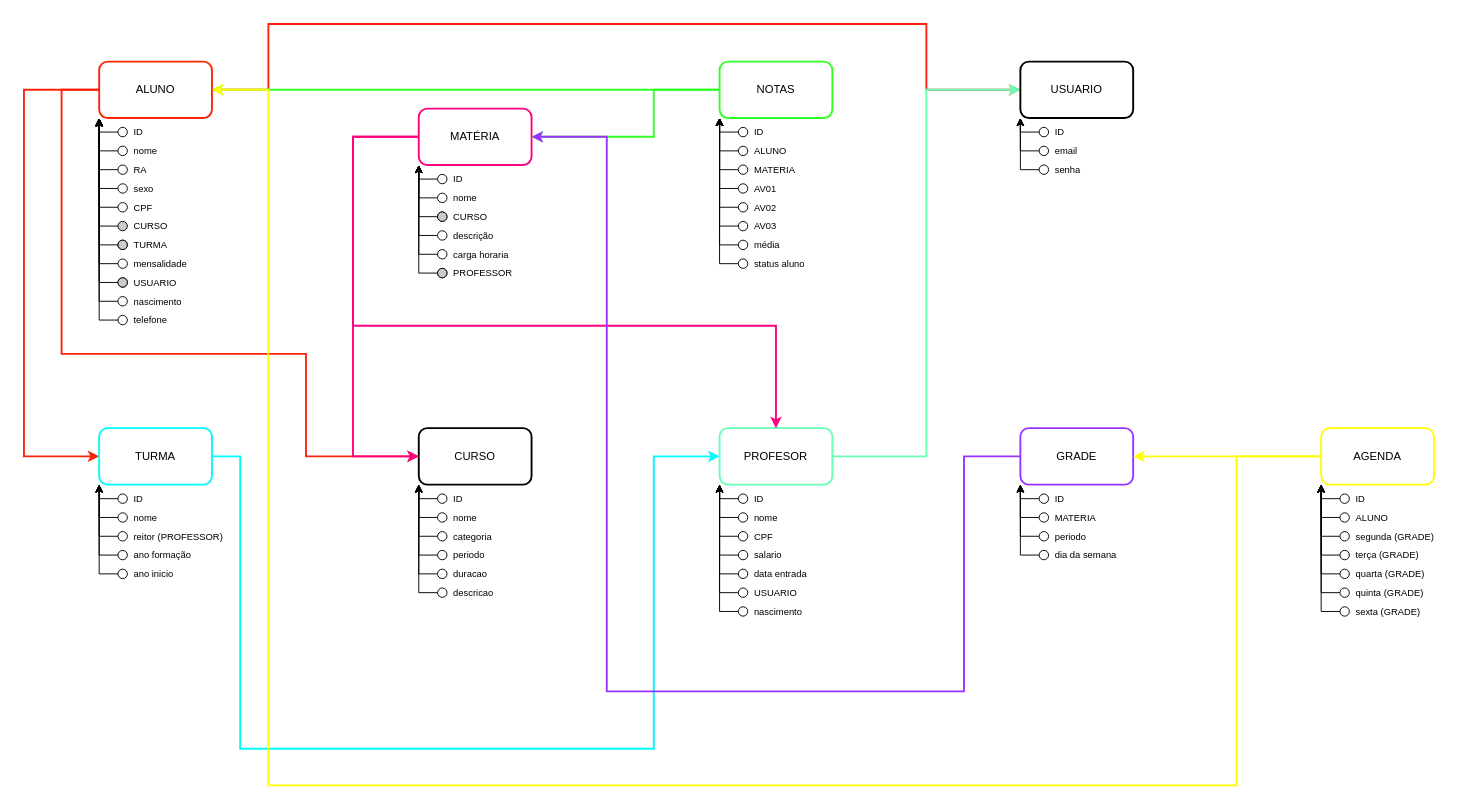
The draw.io diagram diagrama.drawio in joao-montanari/SIAportal, before the edit. Source tidied: cells renumbered, new cells numbered last; positions are measured from the earlier drawing's top-left corner, leaving out a move shared by most shapes. Both pictures are drawn from the tidied source at 94%, with x=0, y=0 at pixel (24, 24).
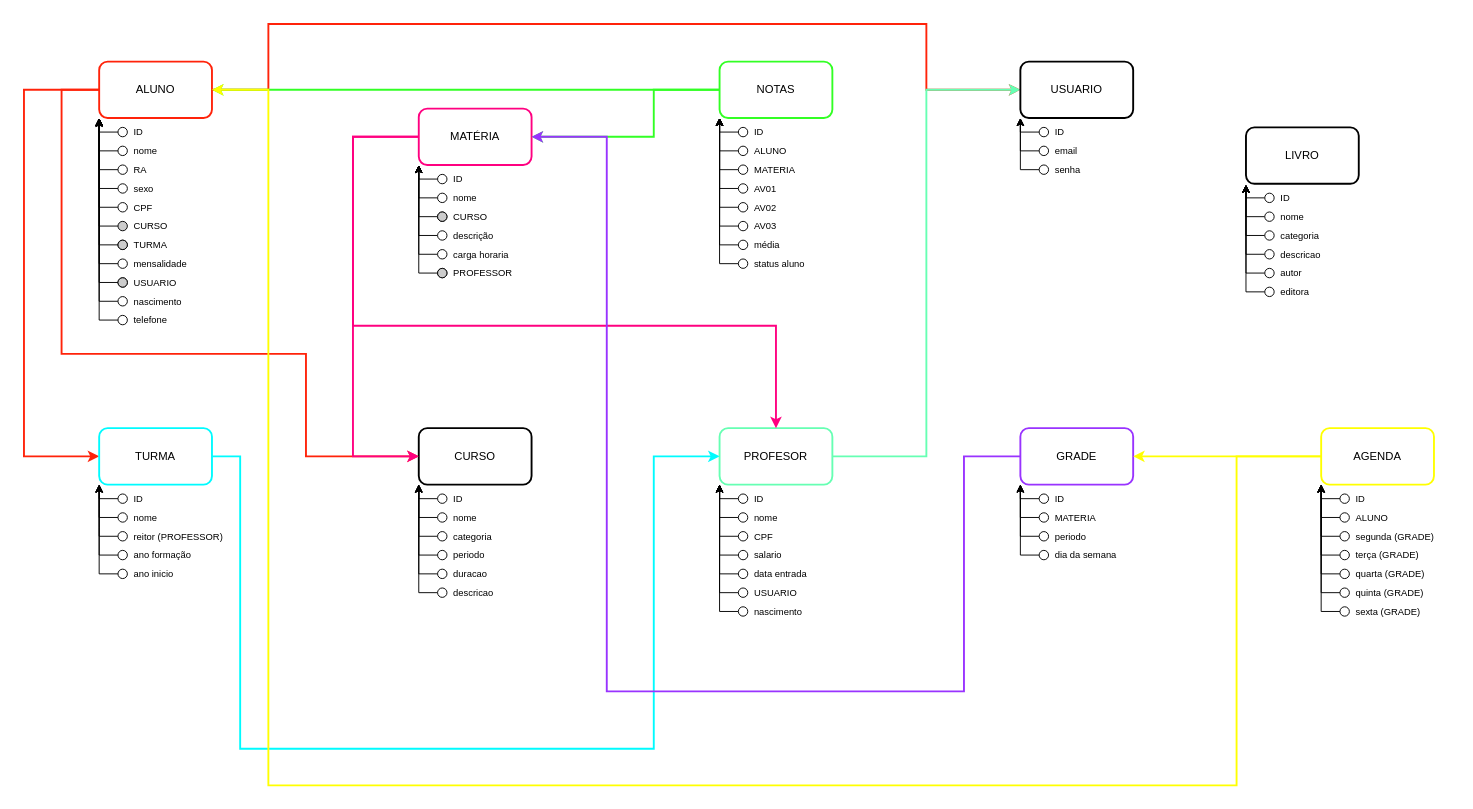
The same page after the edit.

Change to the diagram source:
```diff
@@
+    <mxCell id="198" value="LIVRO" style="rounded=1;whiteSpace=wrap;html=1;strokeWidth=2;" parent="1" vertex="1">
+      <mxGeometry x="1300" y="110" width="120" height="60" as="geometry" />
+    </mxCell>
+    <mxCell id="199" style="edgeStyle=orthogonalEdgeStyle;rounded=0;jettySize=auto;html=1;exitX=0;exitY=0.5;exitDx=0;exitDy=0;" parent="1" edge="1" source="200">
+      <mxGeometry relative="1" as="geometry">
+        <mxPoint x="1300" y="171" as="targetPoint" />
+      </mxGeometry>
+    </mxCell>
+    <mxCell id="200" style="ellipse;whiteSpace=wrap;html=1;" parent="1" vertex="1">
+      <mxGeometry x="1320" y="180" width="10" height="10" as="geometry" />
+    </mxCell>
+    <mxCell id="201" value="ID" style="text;html=1;align=left;verticalAlign=middle;strokeColor=none;fillColor=none;fontSize=10;" parent="1" vertex="1">
+      <mxGeometry x="1335" y="170" width="30" height="30" as="geometry" />
+    </mxCell>
+    <mxCell id="202" style="edgeStyle=orthogonalEdgeStyle;rounded=0;jettySize=auto;html=1;exitX=0;exitY=0.5;exitDx=0;exitDy=0;" parent="1" edge="1" source="203">
+      <mxGeometry relative="1" as="geometry">
+        <mxPoint x="1300" y="171" as="targetPoint" />
+      </mxGeometry>
+    </mxCell>
+    <mxCell id="203" style="ellipse;whiteSpace=wrap;html=1;" parent="1" vertex="1">
+      <mxGeometry x="1320" y="200" width="10" height="10" as="geometry" />
+    </mxCell>
+    <mxCell id="204" value="nome" style="text;html=1;align=left;verticalAlign=middle;strokeColor=none;fillColor=none;fontSize=10;" parent="1" vertex="1">
+      <mxGeometry x="1335" y="190" width="50" height="30" as="geometry" />
+    </mxCell>
+    <mxCell id="205" style="edgeStyle=orthogonalEdgeStyle;rounded=0;jettySize=auto;html=1;exitX=0;exitY=0.5;exitDx=0;exitDy=0;" parent="1" edge="1" source="206">
+      <mxGeometry relative="1" as="geometry">
+        <mxPoint x="1300" y="171" as="targetPoint" />
+      </mxGeometry>
+    </mxCell>
+    <mxCell id="206" style="ellipse;whiteSpace=wrap;html=1;" parent="1" vertex="1">
+      <mxGeometry x="1320" y="220" width="10" height="10" as="geometry" />
+    </mxCell>
+    <mxCell id="207" value="categoria" style="text;html=1;align=left;verticalAlign=middle;strokeColor=none;fillColor=none;fontSize=10;" parent="1" vertex="1">
+      <mxGeometry x="1335" y="210" width="60" height="30" as="geometry" />
+    </mxCell>
+    <mxCell id="208" style="edgeStyle=orthogonalEdgeStyle;rounded=0;jettySize=auto;html=1;exitX=0;exitY=0.5;exitDx=0;exitDy=0;" parent="1" edge="1" source="209">
+      <mxGeometry relative="1" as="geometry">
+        <mxPoint x="1300" y="171" as="targetPoint" />
+      </mxGeometry>
+    </mxCell>
+    <mxCell id="209" style="ellipse;whiteSpace=wrap;html=1;" parent="1" vertex="1">
+      <mxGeometry x="1320" y="240" width="10" height="10" as="geometry" />
+    </mxCell>
+    <mxCell id="210" value="descricao" style="text;html=1;align=left;verticalAlign=middle;strokeColor=none;fillColor=none;fontSize=10;" parent="1" vertex="1">
+      <mxGeometry x="1335" y="230" width="70" height="30" as="geometry" />
+    </mxCell>
+    <mxCell id="211" style="edgeStyle=orthogonalEdgeStyle;rounded=0;jettySize=auto;html=1;exitX=0;exitY=0.5;exitDx=0;exitDy=0;" parent="1" edge="1" source="212">
+      <mxGeometry relative="1" as="geometry">
+        <mxPoint x="1300" y="171" as="targetPoint" />
+      </mxGeometry>
+    </mxCell>
+    <mxCell id="212" style="ellipse;whiteSpace=wrap;html=1;" parent="1" vertex="1">
+      <mxGeometry x="1320" y="260" width="10" height="10" as="geometry" />
+    </mxCell>
+    <mxCell id="213" value="autor" style="text;html=1;align=left;verticalAlign=middle;strokeColor=none;fillColor=none;fontSize=10;" parent="1" vertex="1">
+      <mxGeometry x="1335" y="250" width="50" height="30" as="geometry" />
+    </mxCell>
+    <mxCell id="214" style="edgeStyle=orthogonalEdgeStyle;rounded=0;jettySize=auto;html=1;exitX=0;exitY=0.5;exitDx=0;exitDy=0;" parent="1" edge="1" source="215">
+      <mxGeometry relative="1" as="geometry">
+        <mxPoint x="1300" y="171" as="targetPoint" />
+      </mxGeometry>
+    </mxCell>
+    <mxCell id="215" style="ellipse;whiteSpace=wrap;html=1;" parent="1" vertex="1">
+      <mxGeometry x="1320" y="280" width="10" height="10" as="geometry" />
+    </mxCell>
+    <mxCell id="216" value="editora" style="text;html=1;align=left;verticalAlign=middle;strokeColor=none;fillColor=none;fontSize=10;" parent="1" vertex="1">
+      <mxGeometry x="1335" y="270" width="50" height="30" as="geometry" />
+    </mxCell>
```
